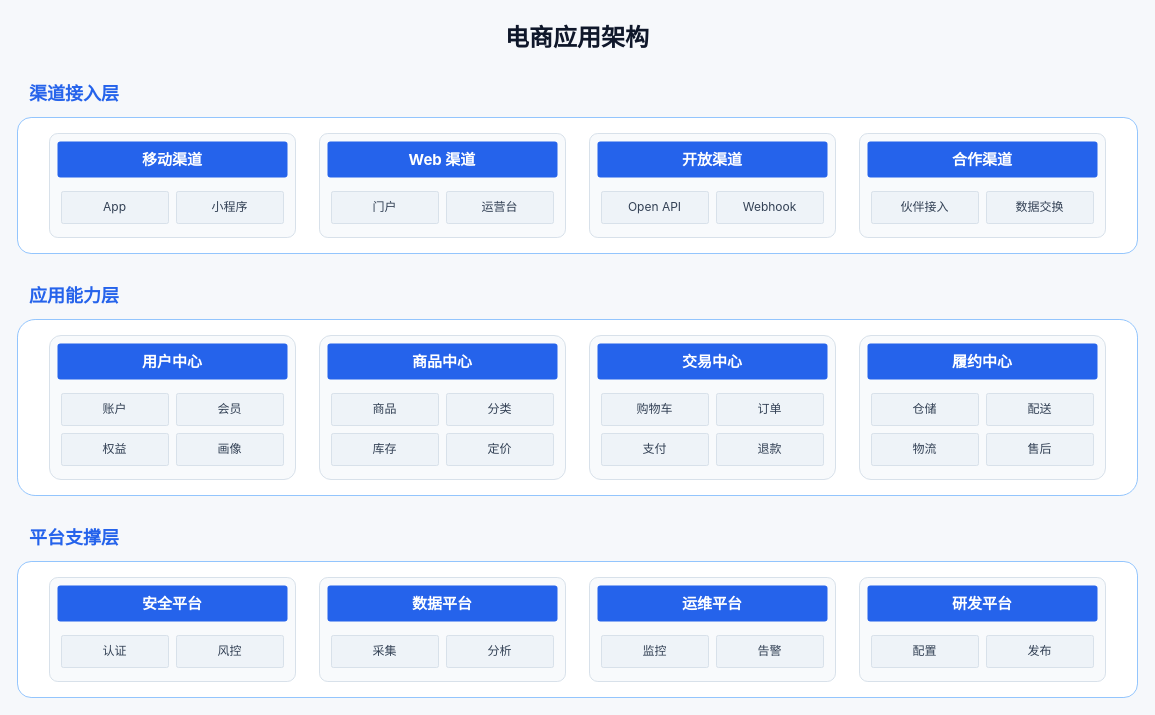
Earlier version of the draw.io diagram .opencode/skills/xml-diagram/examples/architecture-application-light-ecommerce.drawio (BeWaterMyFriend7/SKILL-PROJECT). Source tidied: cells renumbered, new cells numbered last; positions are measured from the earlier drawing's top-left corner, leaving out a move shared by most shapes. Both pictures are drawn from the tidied source at 100%, with x=0, y=0 at pixel (17, 17).
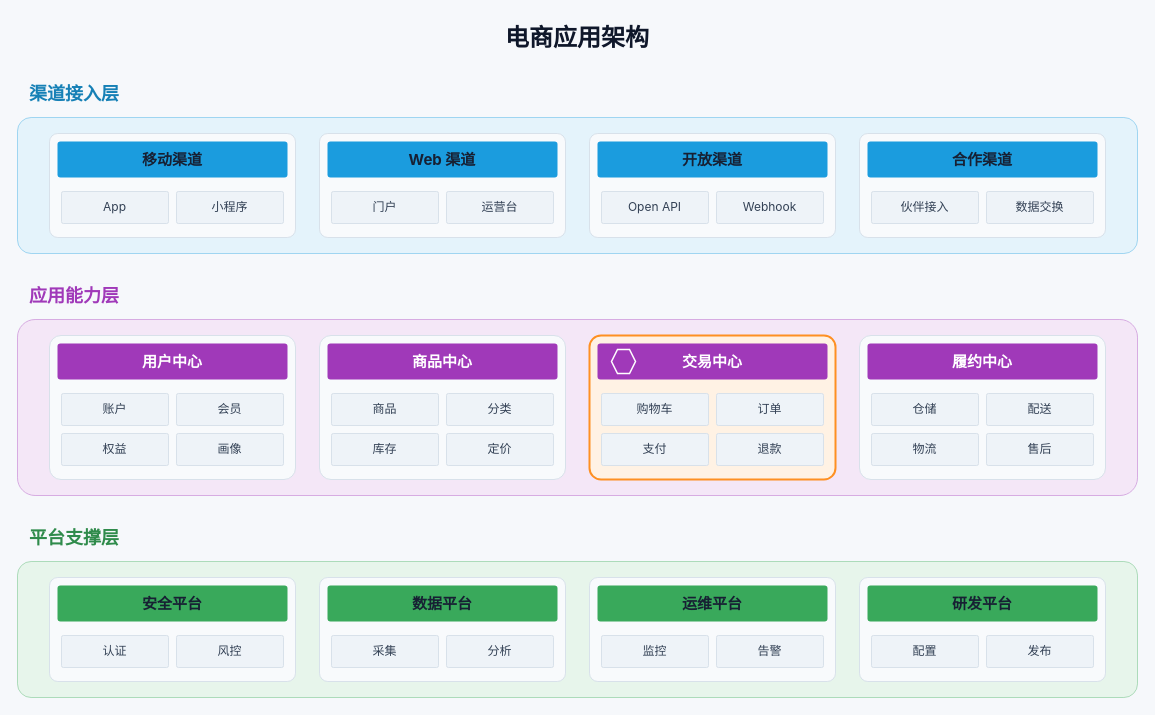
The same page after the edit.

The change refers to these unchanged cells:
```xml
<mxCell id="5" style="rounded=1;arcSize=8;html=1;whiteSpace=wrap;fillColor=#F8FAFC;strokeColor=#D8E1EA;strokeWidth=1;" parent="4" vertex="1">
  <mxGeometry x="32" y="16" width="246" height="104" as="geometry" />
</mxCell>
<mxCell id="9" style="rounded=1;arcSize=8;html=1;whiteSpace=wrap;fillColor=#F8FAFC;strokeColor=#D8E1EA;strokeWidth=1;" parent="4" vertex="1">
  <mxGeometry x="302" y="16" width="246" height="104" as="geometry" />
</mxCell>
<mxCell id="13" style="rounded=1;arcSize=8;html=1;whiteSpace=wrap;fillColor=#F8FAFC;strokeColor=#D8E1EA;strokeWidth=1;" parent="4" vertex="1">
  <mxGeometry x="572" y="16" width="246" height="104" as="geometry" />
</mxCell>
<mxCell id="17" style="rounded=1;arcSize=8;html=1;whiteSpace=wrap;fillColor=#F8FAFC;strokeColor=#D8E1EA;strokeWidth=1;" parent="4" vertex="1">
  <mxGeometry x="842" y="16" width="246" height="104" as="geometry" />
</mxCell>
<mxCell id="23" style="rounded=1;arcSize=8;html=1;whiteSpace=wrap;fillColor=#F8FAFC;strokeColor=#D8E1EA;strokeWidth=1;" parent="22" vertex="1">
  <mxGeometry x="32" y="16" width="246" height="144" as="geometry" />
</mxCell>
<mxCell id="29" style="rounded=1;arcSize=8;html=1;whiteSpace=wrap;fillColor=#F8FAFC;strokeColor=#D8E1EA;strokeWidth=1;" parent="22" vertex="1">
  <mxGeometry x="302" y="16" width="246" height="144" as="geometry" />
</mxCell>
<mxCell id="41" style="rounded=1;arcSize=8;html=1;whiteSpace=wrap;fillColor=#F8FAFC;strokeColor=#D8E1EA;strokeWidth=1;" parent="22" vertex="1">
  <mxGeometry x="842" y="16" width="246" height="144" as="geometry" />
</mxCell>
<mxCell id="49" style="rounded=1;arcSize=8;html=1;whiteSpace=wrap;fillColor=#F8FAFC;strokeColor=#D8E1EA;strokeWidth=1;" parent="48" vertex="1">
  <mxGeometry x="32" y="16" width="246" height="104" as="geometry" />
</mxCell>
<mxCell id="53" style="rounded=1;arcSize=8;html=1;whiteSpace=wrap;fillColor=#F8FAFC;strokeColor=#D8E1EA;strokeWidth=1;" parent="48" vertex="1">
  <mxGeometry x="302" y="16" width="246" height="104" as="geometry" />
</mxCell>
<mxCell id="57" style="rounded=1;arcSize=8;html=1;whiteSpace=wrap;fillColor=#F8FAFC;strokeColor=#D8E1EA;strokeWidth=1;" parent="48" vertex="1">
  <mxGeometry x="572" y="16" width="246" height="104" as="geometry" />
</mxCell>
<mxCell id="61" style="rounded=1;arcSize=8;html=1;whiteSpace=wrap;fillColor=#F8FAFC;strokeColor=#D8E1EA;strokeWidth=1;" parent="48" vertex="1">
  <mxGeometry x="842" y="16" width="246" height="104" as="geometry" />
</mxCell>
```

Change to the diagram source:
```diff
@@
-    <mxCell id="3" value="渠道接入层" style="text=;html=1;strokeColor=none;fillColor=none;align=left;verticalAlign=middle;whiteSpace=wrap;fontFamily=Inter, Noto Sans SC, Microsoft YaHei, sans-serif;fontSize=18;fontStyle=1;fontColor=#2563EB;" parent="1" vertex="1">
+    <mxCell id="3" value="渠道接入层" style="text=;html=1;strokeColor=none;fillColor=none;align=left;verticalAlign=middle;whiteSpace=wrap;fontFamily=Inter, Noto Sans SC, Microsoft YaHei, sans-serif;fontSize=18;fontStyle=1;fontColor=#1680B6;" parent="1" vertex="1">
       <mxGeometry x="10" y="62" width="420" height="28" as="geometry" />
     </mxCell>
-    <mxCell id="4" style="rounded=1;arcSize=10;html=1;whiteSpace=wrap;fillColor=#FFFFFF;strokeColor=#93C5FD;strokeWidth=1;" parent="1" vertex="1">
+    <mxCell id="4" style="rounded=1;arcSize=10;html=1;whiteSpace=wrap;fillColor=#E4F3FB;strokeColor=#9FD5F1;strokeWidth=1;" parent="1" vertex="1">
       <mxGeometry y="100" width="1120" height="136" as="geometry" />
     </mxCell>
@@
-    <mxCell id="6" value="移动渠道" style="rounded=1;arcSize=8;html=1;whiteSpace=wrap;align=center;verticalAlign=middle;fillColor=#2563EB;strokeColor=none;fontFamily=Inter, Noto Sans SC, Microsoft YaHei, sans-serif;fontSize=15;fontStyle=1;fontColor=#FFFFFF;" parent="5" vertex="1">
+    <mxCell id="6" value="移动渠道" style="rounded=1;arcSize=8;html=1;whiteSpace=wrap;align=center;verticalAlign=middle;fillColor=#1B9CDE;strokeColor=none;fontFamily=Inter, Noto Sans SC, Microsoft YaHei, sans-serif;fontSize=15;fontStyle=1;fontColor=#172033;" parent="5" vertex="1">
       <mxGeometry x="8" y="8" width="230" height="36" as="geometry" />
     </mxCell>
@@
-    <mxCell id="10" value="Web 渠道" style="rounded=1;arcSize=8;html=1;whiteSpace=wrap;align=center;verticalAlign=middle;fillColor=#2563EB;strokeColor=none;fontFamily=Inter, Noto Sans SC, Microsoft YaHei, sans-serif;fontSize=15;fontStyle=1;fontColor=#FFFFFF;" parent="9" vertex="1">
+    <mxCell id="10" value="Web 渠道" style="rounded=1;arcSize=8;html=1;whiteSpace=wrap;align=center;verticalAlign=middle;fillColor=#1B9CDE;strokeColor=none;fontFamily=Inter, Noto Sans SC, Microsoft YaHei, sans-serif;fontSize=15;fontStyle=1;fontColor=#172033;" parent="9" vertex="1">
       <mxGeometry x="8" y="8" width="230" height="36" as="geometry" />
     </mxCell>
@@
-    <mxCell id="14" value="开放渠道" style="rounded=1;arcSize=8;html=1;whiteSpace=wrap;align=center;verticalAlign=middle;fillColor=#2563EB;strokeColor=none;fontFamily=Inter, Noto Sans SC, Microsoft YaHei, sans-serif;fontSize=15;fontStyle=1;fontColor=#FFFFFF;" parent="13" vertex="1">
+    <mxCell id="14" value="开放渠道" style="rounded=1;arcSize=8;html=1;whiteSpace=wrap;align=center;verticalAlign=middle;fillColor=#1B9CDE;strokeColor=none;fontFamily=Inter, Noto Sans SC, Microsoft YaHei, sans-serif;fontSize=15;fontStyle=1;fontColor=#172033;" parent="13" vertex="1">
       <mxGeometry x="8" y="8" width="230" height="36" as="geometry" />
     </mxCell>
@@
-    <mxCell id="18" value="合作渠道" style="rounded=1;arcSize=8;html=1;whiteSpace=wrap;align=center;verticalAlign=middle;fillColor=#2563EB;strokeColor=none;fontFamily=Inter, Noto Sans SC, Microsoft YaHei, sans-serif;fontSize=15;fontStyle=1;fontColor=#FFFFFF;" parent="17" vertex="1">
+    <mxCell id="18" value="合作渠道" style="rounded=1;arcSize=8;html=1;whiteSpace=wrap;align=center;verticalAlign=middle;fillColor=#1B9CDE;strokeColor=none;fontFamily=Inter, Noto Sans SC, Microsoft YaHei, sans-serif;fontSize=15;fontStyle=1;fontColor=#172033;" parent="17" vertex="1">
       <mxGeometry x="8" y="8" width="230" height="36" as="geometry" />
     </mxCell>
@@
-    <mxCell id="21" value="应用能力层" style="text=;html=1;strokeColor=none;fillColor=none;align=left;verticalAlign=middle;whiteSpace=wrap;fontFamily=Inter, Noto Sans SC, Microsoft YaHei, sans-serif;fontSize=18;fontStyle=1;fontColor=#2563EB;" parent="1" vertex="1">
+    <mxCell id="21" value="应用能力层" style="text=;html=1;strokeColor=none;fillColor=none;align=left;verticalAlign=middle;whiteSpace=wrap;fontFamily=Inter, Noto Sans SC, Microsoft YaHei, sans-serif;fontSize=18;fontStyle=1;fontColor=#A039B9;" parent="1" vertex="1">
       <mxGeometry x="10" y="264" width="420" height="28" as="geometry" />
     </mxCell>
-    <mxCell id="22" style="rounded=1;arcSize=10;html=1;whiteSpace=wrap;fillColor=#FFFFFF;strokeColor=#93C5FD;strokeWidth=1;" parent="1" vertex="1">
+    <mxCell id="22" style="rounded=1;arcSize=10;html=1;whiteSpace=wrap;fillColor=#F4E7F7;strokeColor=#D7ACE2;strokeWidth=1;" parent="1" vertex="1">
       <mxGeometry y="302" width="1120" height="176" as="geometry" />
     </mxCell>
@@
-    <mxCell id="24" value="用户中心" style="rounded=1;arcSize=8;html=1;whiteSpace=wrap;align=center;verticalAlign=middle;fillColor=#2563EB;strokeColor=none;fontFamily=Inter, Noto Sans SC, Microsoft YaHei, sans-serif;fontSize=15;fontStyle=1;fontColor=#FFFFFF;" parent="23" vertex="1">
+    <mxCell id="24" value="用户中心" style="rounded=1;arcSize=8;html=1;whiteSpace=wrap;align=center;verticalAlign=middle;fillColor=#A039B9;strokeColor=none;fontFamily=Inter, Noto Sans SC, Microsoft YaHei, sans-serif;fontSize=15;fontStyle=1;fontColor=#FFFFFF;" parent="23" vertex="1">
       <mxGeometry x="8" y="8" width="230" height="36" as="geometry" />
     </mxCell>
@@
-    <mxCell id="30" value="商品中心" style="rounded=1;arcSize=8;html=1;whiteSpace=wrap;align=center;verticalAlign=middle;fillColor=#2563EB;strokeColor=none;fontFamily=Inter, Noto Sans SC, Microsoft YaHei, sans-serif;fontSize=15;fontStyle=1;fontColor=#FFFFFF;" parent="29" vertex="1">
+    <mxCell id="30" value="商品中心" style="rounded=1;arcSize=8;html=1;whiteSpace=wrap;align=center;verticalAlign=middle;fillColor=#A039B9;strokeColor=none;fontFamily=Inter, Noto Sans SC, Microsoft YaHei, sans-serif;fontSize=15;fontStyle=1;fontColor=#FFFFFF;" parent="29" vertex="1">
       <mxGeometry x="8" y="8" width="230" height="36" as="geometry" />
     </mxCell>
@@
-    <mxCell id="35" style="rounded=1;arcSize=8;html=1;whiteSpace=wrap;fillColor=#F8FAFC;strokeColor=#D8E1EA;strokeWidth=1;" parent="22" vertex="1">
+    <mxCell id="35" style="rounded=1;arcSize=8;html=1;whiteSpace=wrap;fillColor=#FFF2E4;strokeColor=#FE9022;strokeWidth=2;" parent="22" vertex="1">
       <mxGeometry x="572" y="16" width="246" height="144" as="geometry" />
     </mxCell>
-    <mxCell id="36" value="交易中心" style="rounded=1;arcSize=8;html=1;whiteSpace=wrap;align=center;verticalAlign=middle;fillColor=#2563EB;strokeColor=none;fontFamily=Inter, Noto Sans SC, Microsoft YaHei, sans-serif;fontSize=15;fontStyle=1;fontColor=#FFFFFF;" parent="35" vertex="1">
+    <mxCell id="36" value="交易中心" style="rounded=1;arcSize=8;html=1;whiteSpace=wrap;align=center;verticalAlign=middle;fillColor=#A039B9;strokeColor=none;fontFamily=Inter, Noto Sans SC, Microsoft YaHei, sans-serif;fontSize=15;fontStyle=1;fontColor=#FFFFFF;" parent="35" vertex="1">
       <mxGeometry x="8" y="8" width="230" height="36" as="geometry" />
     </mxCell>
+    <mxCell id="65" style="shape=hexagon;html=1;whiteSpace=wrap;fillColor=none;strokeColor=#FFFFFF;strokeWidth=1.5;" parent="36" vertex="1">
+      <mxGeometry x="14" y="6" width="24" height="24" as="geometry" />
+    </mxCell>
@@
-    <mxCell id="42" value="履约中心" style="rounded=1;arcSize=8;html=1;whiteSpace=wrap;align=center;verticalAlign=middle;fillColor=#2563EB;strokeColor=none;fontFamily=Inter, Noto Sans SC, Microsoft YaHei, sans-serif;fontSize=15;fontStyle=1;fontColor=#FFFFFF;" parent="41" vertex="1">
+    <mxCell id="42" value="履约中心" style="rounded=1;arcSize=8;html=1;whiteSpace=wrap;align=center;verticalAlign=middle;fillColor=#A039B9;strokeColor=none;fontFamily=Inter, Noto Sans SC, Microsoft YaHei, sans-serif;fontSize=15;fontStyle=1;fontColor=#FFFFFF;" parent="41" vertex="1">
       <mxGeometry x="8" y="8" width="230" height="36" as="geometry" />
     </mxCell>
@@
-    <mxCell id="47" value="平台支撑层" style="text=;html=1;strokeColor=none;fillColor=none;align=left;verticalAlign=middle;whiteSpace=wrap;fontFamily=Inter, Noto Sans SC, Microsoft YaHei, sans-serif;fontSize=18;fontStyle=1;fontColor=#2563EB;" parent="1" vertex="1">
+    <mxCell id="47" value="平台支撑层" style="text=;html=1;strokeColor=none;fillColor=none;align=left;verticalAlign=middle;whiteSpace=wrap;fontFamily=Inter, Noto Sans SC, Microsoft YaHei, sans-serif;fontSize=18;fontStyle=1;fontColor=#2F8B4B;" parent="1" vertex="1">
       <mxGeometry x="10" y="506" width="420" height="28" as="geometry" />
     </mxCell>
-    <mxCell id="48" style="rounded=1;arcSize=10;html=1;whiteSpace=wrap;fillColor=#FFFFFF;strokeColor=#93C5FD;strokeWidth=1;" parent="1" vertex="1">
+    <mxCell id="48" style="rounded=1;arcSize=10;html=1;whiteSpace=wrap;fillColor=#E7F5EB;strokeColor=#ACDBBA;strokeWidth=1;" parent="1" vertex="1">
       <mxGeometry y="544" width="1120" height="136" as="geometry" />
     </mxCell>
@@
-    <mxCell id="50" value="安全平台" style="rounded=1;arcSize=8;html=1;whiteSpace=wrap;align=center;verticalAlign=middle;fillColor=#2563EB;strokeColor=none;fontFamily=Inter, Noto Sans SC, Microsoft YaHei, sans-serif;fontSize=15;fontStyle=1;fontColor=#FFFFFF;" parent="49" vertex="1">
+    <mxCell id="50" value="安全平台" style="rounded=1;arcSize=8;html=1;whiteSpace=wrap;align=center;verticalAlign=middle;fillColor=#39A95B;strokeColor=none;fontFamily=Inter, Noto Sans SC, Microsoft YaHei, sans-serif;fontSize=15;fontStyle=1;fontColor=#172033;" parent="49" vertex="1">
       <mxGeometry x="8" y="8" width="230" height="36" as="geometry" />
     </mxCell>
@@
-    <mxCell id="54" value="数据平台" style="rounded=1;arcSize=8;html=1;whiteSpace=wrap;align=center;verticalAlign=middle;fillColor=#2563EB;strokeColor=none;fontFamily=Inter, Noto Sans SC, Microsoft YaHei, sans-serif;fontSize=15;fontStyle=1;fontColor=#FFFFFF;" parent="53" vertex="1">
+    <mxCell id="54" value="数据平台" style="rounded=1;arcSize=8;html=1;whiteSpace=wrap;align=center;verticalAlign=middle;fillColor=#39A95B;strokeColor=none;fontFamily=Inter, Noto Sans SC, Microsoft YaHei, sans-serif;fontSize=15;fontStyle=1;fontColor=#172033;" parent="53" vertex="1">
       <mxGeometry x="8" y="8" width="230" height="36" as="geometry" />
     </mxCell>
@@
-    <mxCell id="58" value="运维平台" style="rounded=1;arcSize=8;html=1;whiteSpace=wrap;align=center;verticalAlign=middle;fillColor=#2563EB;strokeColor=none;fontFamily=Inter, Noto Sans SC, Microsoft YaHei, sans-serif;fontSize=15;fontStyle=1;fontColor=#FFFFFF;" parent="57" vertex="1">
+    <mxCell id="58" value="运维平台" style="rounded=1;arcSize=8;html=1;whiteSpace=wrap;align=center;verticalAlign=middle;fillColor=#39A95B;strokeColor=none;fontFamily=Inter, Noto Sans SC, Microsoft YaHei, sans-serif;fontSize=15;fontStyle=1;fontColor=#172033;" parent="57" vertex="1">
       <mxGeometry x="8" y="8" width="230" height="36" as="geometry" />
     </mxCell>
@@
-    <mxCell id="62" value="研发平台" style="rounded=1;arcSize=8;html=1;whiteSpace=wrap;align=center;verticalAlign=middle;fillColor=#2563EB;strokeColor=none;fontFamily=Inter, Noto Sans SC, Microsoft YaHei, sans-serif;fontSize=15;fontStyle=1;fontColor=#FFFFFF;" parent="61" vertex="1">
+    <mxCell id="62" value="研发平台" style="rounded=1;arcSize=8;html=1;whiteSpace=wrap;align=center;verticalAlign=middle;fillColor=#39A95B;strokeColor=none;fontFamily=Inter, Noto Sans SC, Microsoft YaHei, sans-serif;fontSize=15;fontStyle=1;fontColor=#172033;" parent="61" vertex="1">
       <mxGeometry x="8" y="8" width="230" height="36" as="geometry" />
     </mxCell>
```
